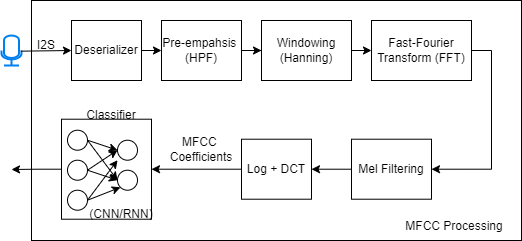
This is figs/KWS-architecture.png from mixignal/Agentic-RTL2GDS-VLSID25, a draw.io export, as it was before one commit. Source tidied: cells renumbered, new cells last; positions are measured from the earlier drawing's top-left corner, leaving out a move shared by most shapes.
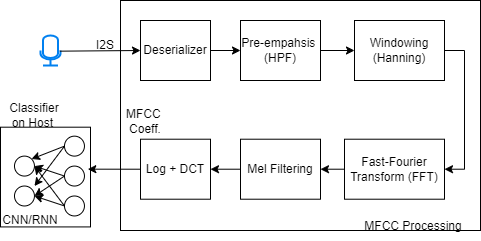
The same diagram one commit later.

Diff of the diagram source:
```diff
@@ -2,61 +2,53 @@
   <root>
     <mxCell id="0" />
     <mxCell id="1" parent="0" />
-    <mxCell id="2" style="rounded=0;whiteSpace=wrap;html=1;" parent="1" vertex="1">
-      <mxGeometry x="30" width="490" height="240" as="geometry" />
-    </mxCell>
+    <mxCell id="36" style="rounded=0;whiteSpace=wrap;html=1;" parent="1" vertex="1">
+      <mxGeometry x="160" width="360" height="230" as="geometry" />
+    </mxCell>
-    <mxCell id="3" style="edgeStyle=orthogonalEdgeStyle;rounded=0;jettySize=auto;html=1;exitX=1;exitY=0.5;exitDx=0;exitDy=0;entryX=0;entryY=0.5;entryDx=0;entryDy=0;" parent="1" edge="1" source="4" target="7">
+    <mxCell id="3" style="edgeStyle=orthogonalEdgeStyle;rounded=0;jettySize=auto;html=1;exitX=1;exitY=0.5;exitDx=0;exitDy=0;entryX=1;entryY=0.5;entryDx=0;entryDy=0;" parent="1" edge="1" source="4" target="7">
       <mxGeometry relative="1" as="geometry" />
     </mxCell>
     <mxCell id="4" value="&lt;span style=&quot;background-color: initial;&quot;&gt;Windowing&lt;/span&gt;&lt;div&gt;&lt;span style=&quot;background-color: initial;&quot;&gt;(Hanning)&lt;/span&gt;&lt;/div&gt;" style="rounded=0;whiteSpace=wrap;html=1;" parent="1" vertex="1">
-      <mxGeometry x="260" y="20" width="90" height="60" as="geometry" />
+      <mxGeometry x="394" y="20" width="90" height="60" as="geometry" />
     </mxCell>
     <mxCell id="5" style="html=1;verticalLabelPosition=bottom;align=center;labelBackgroundColor=#ffffff;verticalAlign=top;strokeWidth=2;strokeColor=#0080F0;shadow=0;dashed=0;shape=mxgraph.ios7.icons.microphone;" parent="1" vertex="1">
-      <mxGeometry y="35" width="20" height="30" as="geometry" />
+      <mxGeometry x="80" y="35" width="20" height="30" as="geometry" />
     </mxCell>
-    <mxCell id="6" style="edgeStyle=orthogonalEdgeStyle;rounded=0;jettySize=auto;html=1;exitX=1;exitY=0.5;exitDx=0;exitDy=0;entryX=1;entryY=0.5;entryDx=0;entryDy=0;" parent="1" edge="1" source="7" target="9">
+    <mxCell id="6" style="edgeStyle=orthogonalEdgeStyle;rounded=0;jettySize=auto;html=1;exitX=0;exitY=0.5;exitDx=0;exitDy=0;entryX=1;entryY=0.5;entryDx=0;entryDy=0;" parent="1" edge="1" source="7" target="9">
       <mxGeometry relative="1" as="geometry" />
     </mxCell>
     <mxCell id="7" value="Fast-Fourier Transform (FFT)" style="rounded=0;whiteSpace=wrap;html=1;" parent="1" vertex="1">
-      <mxGeometry x="370" y="20" width="100" height="60" as="geometry" />
+      <mxGeometry x="384" y="138.7" width="100" height="60" as="geometry" />
     </mxCell>
     <mxCell id="8" style="edgeStyle=orthogonalEdgeStyle;rounded=0;jettySize=auto;html=1;exitX=0;exitY=0.5;exitDx=0;exitDy=0;entryX=1;entryY=0.5;entryDx=0;entryDy=0;" parent="1" edge="1" source="9" target="11">
       <mxGeometry relative="1" as="geometry" />
     </mxCell>
     <mxCell id="9" value="Mel Filtering" style="rounded=0;whiteSpace=wrap;html=1;" parent="1" vertex="1">
-      <mxGeometry x="350" y="138.7" width="80" height="60" as="geometry" />
+      <mxGeometry x="280" y="138.7" width="80" height="60" as="geometry" />
     </mxCell>
-    <mxCell id="10" style="edgeStyle=orthogonalEdgeStyle;rounded=0;jettySize=auto;html=1;exitX=0;exitY=0.5;exitDx=0;exitDy=0;entryX=1;entryY=0.5;entryDx=0;entryDy=0;" parent="1" edge="1" source="11" target="14">
-      <mxGeometry relative="1" as="geometry" />
-    </mxCell>
     <mxCell id="11" value="Log + DCT" style="rounded=0;whiteSpace=wrap;html=1;" parent="1" vertex="1">
-      <mxGeometry x="240" y="138.7" width="70" height="60" as="geometry" />
+      <mxGeometry x="180" y="138.7" width="70" height="60" as="geometry" />
     </mxCell>
-    <mxCell id="12" style="group;" parent="1" vertex="1">
-      <mxGeometry x="60" y="119.7" width="90" height="100" as="geometry" />
+    <mxCell id="12" style="group;rotation=-180;" parent="1" vertex="1">
+      <mxGeometry x="40" y="116.7" width="150" height="118.7" as="geometry" />
     </mxCell>
-    <mxCell id="13" style="edgeStyle=orthogonalEdgeStyle;rounded=0;jettySize=auto;html=1;exitX=0;exitY=0.5;exitDx=0;exitDy=0;" parent="12" edge="1" source="14">
-      <mxGeometry relative="1" as="geometry">
-        <mxPoint x="-50" y="49.3" as="targetPoint" />
-      </mxGeometry>
-    </mxCell>
-    <mxCell id="14" style="rounded=0;whiteSpace=wrap;html=1;" parent="12" vertex="1">
-      <mxGeometry y="-1" width="90" height="100" as="geometry" />
+    <mxCell id="14" style="rounded=0;whiteSpace=wrap;html=1;rotation=-180;" parent="12" vertex="1">
+      <mxGeometry y="10" width="90" height="99.7" as="geometry" />
     </mxCell>
-    <mxCell id="15" style="ellipse;whiteSpace=wrap;html=1;" parent="12" vertex="1">
-      <mxGeometry x="6" y="10" width="20" height="20" as="geometry" />
+    <mxCell id="15" style="ellipse;whiteSpace=wrap;html=1;rotation=-180;" parent="12" vertex="1">
+      <mxGeometry x="64" y="78.8" width="19.9" height="19.9" as="geometry" />
     </mxCell>
-    <mxCell id="16" style="ellipse;whiteSpace=wrap;html=1;" parent="12" vertex="1">
-      <mxGeometry x="6" y="40" width="20" height="20" as="geometry" />
+    <mxCell id="16" style="ellipse;whiteSpace=wrap;html=1;rotation=-180;" parent="12" vertex="1">
+      <mxGeometry x="64" y="48.9" width="19.9" height="19.9" as="geometry" />
     </mxCell>
-    <mxCell id="17" style="ellipse;whiteSpace=wrap;html=1;" parent="12" vertex="1">
-      <mxGeometry x="6" y="70" width="20" height="20" as="geometry" />
+    <mxCell id="17" style="ellipse;whiteSpace=wrap;html=1;rotation=-180;" parent="12" vertex="1">
+      <mxGeometry x="64" y="18.9" width="19.9" height="19.9" as="geometry" />
     </mxCell>
-    <mxCell id="18" style="ellipse;whiteSpace=wrap;html=1;" parent="12" vertex="1">
-      <mxGeometry x="56" y="20" width="20" height="20" as="geometry" />
+    <mxCell id="18" style="ellipse;whiteSpace=wrap;html=1;rotation=-180;" parent="12" vertex="1">
+      <mxGeometry x="14" y="68.8" width="19.9" height="19.9" as="geometry" />
     </mxCell>
-    <mxCell id="19" style="ellipse;whiteSpace=wrap;html=1;" parent="12" vertex="1">
-      <mxGeometry x="56" y="50" width="20" height="20" as="geometry" />
+    <mxCell id="19" style="ellipse;whiteSpace=wrap;html=1;rotation=-180;" parent="12" vertex="1">
+      <mxGeometry x="14" y="38.9" width="19.9" height="19.9" as="geometry" />
     </mxCell>
     <mxCell id="20" style="endArrow=classic;html=1;rounded=0;exitX=1;exitY=0.5;exitDx=0;exitDy=0;entryX=0;entryY=0.5;entryDx=0;entryDy=0;" parent="12" edge="1" source="15" target="18">
       <mxGeometry relative="1" as="geometry" />
@@ -72,18 +64,21 @@
     </mxCell>
     <mxCell id="24" style="endArrow=classic;html=1;rounded=0;exitX=1;exitY=0.5;exitDx=0;exitDy=0;" parent="12" edge="1" source="17">
       <mxGeometry relative="1" as="geometry">
-        <mxPoint x="56" y="40" as="targetPoint" />
+        <mxPoint x="34" y="68.8" as="targetPoint" />
       </mxGeometry>
     </mxCell>
     <mxCell id="25" style="endArrow=classic;html=1;rounded=0;exitX=1;exitY=0.5;exitDx=0;exitDy=0;entryX=0;entryY=1;entryDx=0;entryDy=0;" parent="12" edge="1" source="17" target="19">
       <mxGeometry relative="1" as="geometry" />
     </mxCell>
+    <mxCell id="35" value="MFCC&amp;nbsp;&lt;div&gt;Coeff.&lt;/div&gt;" style="text;strokeColor=none;align=center;fillColor=none;html=1;verticalAlign=middle;whiteSpace=wrap;rounded=0;" parent="12" vertex="1">
+      <mxGeometry x="110" y="-11" width="70" height="30" as="geometry" />
+    </mxCell>
+    <mxCell id="37" value="CNN/RNN" style="text;strokeColor=none;align=center;fillColor=none;html=1;verticalAlign=middle;whiteSpace=wrap;rounded=0;" parent="12" vertex="1">
+      <mxGeometry y="88.8" width="60" height="29.9" as="geometry" />
+    </mxCell>
     <mxCell id="26" style="endArrow=classic;html=1;rounded=0;exitX=0.967;exitY=0.522;exitDx=0;exitDy=0;exitPerimeter=0;entryX=0;entryY=0.5;entryDx=0;entryDy=0;" parent="1" edge="1" source="5" target="32">
       <mxGeometry relative="1" as="geometry" />
     </mxCell>
-    <mxCell id="27" value="Classifier" style="text;strokeColor=none;align=center;fillColor=none;html=1;verticalAlign=middle;whiteSpace=wrap;rounded=0;" parent="1" vertex="1">
-      <mxGeometry x="80" y="100" width="60" height="30" as="geometry" />
-    </mxCell>
     <mxCell id="28" value="MFCC Processing" style="text;strokeColor=none;align=center;fillColor=none;html=1;verticalAlign=middle;whiteSpace=wrap;rounded=0;" parent="1" vertex="1">
       <mxGeometry x="386" y="211.3" width="134" height="28.7" as="geometry" />
     </mxCell>
@@ -91,22 +86,22 @@
       <mxGeometry relative="1" as="geometry" />
     </mxCell>
     <mxCell id="30" value="Pre-empahsis&amp;nbsp;&lt;br&gt;&lt;div&gt;(HPF)&lt;/div&gt;" style="rounded=0;whiteSpace=wrap;html=1;" parent="1" vertex="1">
-      <mxGeometry x="160" y="20" width="80" height="60" as="geometry" />
+      <mxGeometry x="280" y="20" width="80" height="60" as="geometry" />
     </mxCell>
     <mxCell id="31" style="edgeStyle=orthogonalEdgeStyle;rounded=0;jettySize=auto;html=1;exitX=1;exitY=0.5;exitDx=0;exitDy=0;entryX=0;entryY=0.5;entryDx=0;entryDy=0;" parent="1" edge="1" source="32" target="30">
       <mxGeometry relative="1" as="geometry" />
     </mxCell>
     <mxCell id="32" value="Deserializer" style="rounded=0;whiteSpace=wrap;html=1;" parent="1" vertex="1">
-      <mxGeometry x="70" y="20" width="70" height="60" as="geometry" />
+      <mxGeometry x="180" y="20" width="70" height="60" as="geometry" />
     </mxCell>
     <mxCell id="33" value="I2S" style="text;strokeColor=none;align=center;fillColor=none;html=1;verticalAlign=middle;whiteSpace=wrap;rounded=0;" parent="1" vertex="1">
-      <mxGeometry x="20" y="30" width="50" height="30" as="geometry" />
+      <mxGeometry x="120" y="30" width="50" height="30" as="geometry" />
     </mxCell>
-    <mxCell id="34" value="(CNN/RNN)" style="text;strokeColor=none;align=center;fillColor=none;html=1;verticalAlign=middle;whiteSpace=wrap;rounded=0;" parent="1" vertex="1">
-      <mxGeometry x="80" y="198.7" width="80" height="30" as="geometry" />
-    </mxCell>
-    <mxCell id="35" value="MFCC&amp;nbsp;&lt;div&gt;Coefficients&lt;/div&gt;" style="text;strokeColor=none;align=center;fillColor=none;html=1;verticalAlign=middle;whiteSpace=wrap;rounded=0;" parent="1" vertex="1">
-      <mxGeometry x="130" y="138.7" width="140" height="21.3" as="geometry" />
-    </mxCell>
+    <mxCell id="27" value="Classifier on Host&amp;nbsp;" style="text;strokeColor=none;align=center;fillColor=none;html=1;verticalAlign=middle;whiteSpace=wrap;rounded=0;" parent="1" vertex="1">
+      <mxGeometry x="44" y="99.8" width="60" height="29.9" as="geometry" />
+    </mxCell>
+    <mxCell id="10" style="edgeStyle=orthogonalEdgeStyle;rounded=0;jettySize=auto;html=1;exitX=0;exitY=0.5;exitDx=0;exitDy=0;entryX=0.03;entryY=0.579;entryDx=0;entryDy=0;entryPerimeter=0;" parent="1" edge="1" source="11" target="14">
+      <mxGeometry relative="1" as="geometry" />
+    </mxCell>
   </root>
 </mxGraphModel>
```
